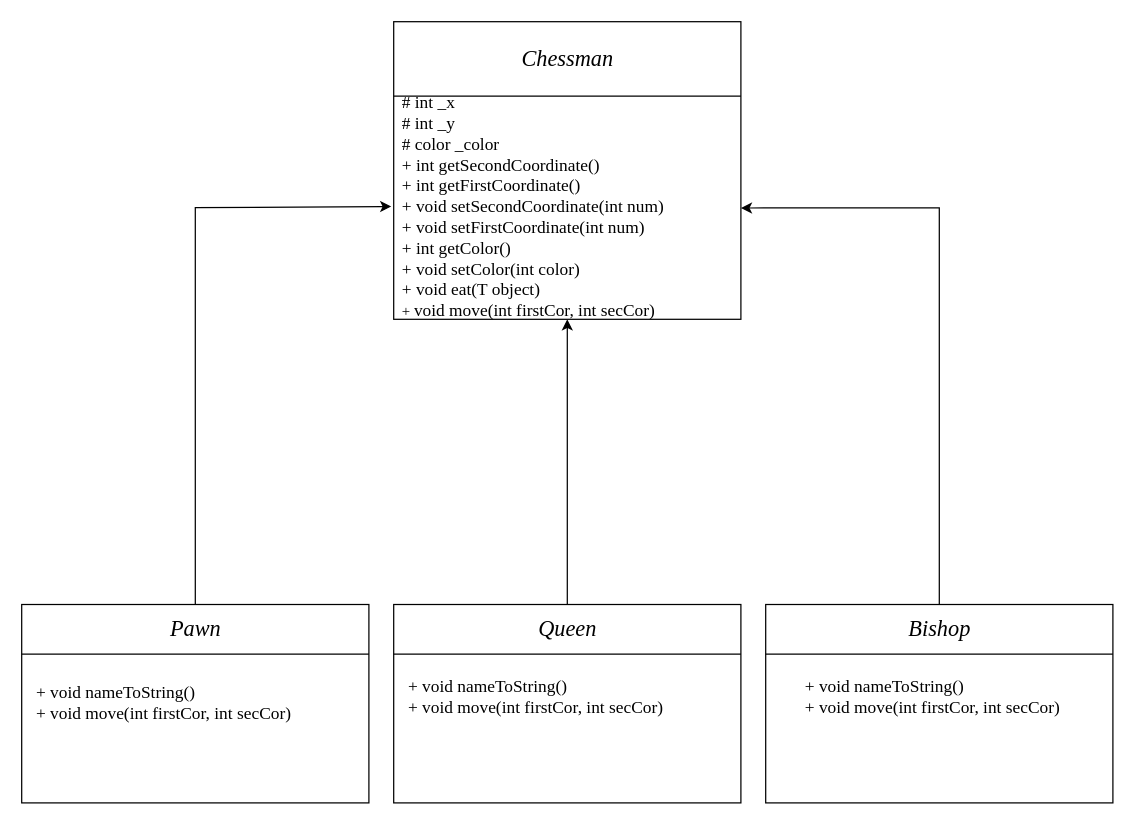
This is v3.drawio from KartoonYoko/Lab4, a draw.io file, before an edit. Source tidied: cells renumbered, new cells numbered last; positions are measured from the earlier drawing's top-left corner, leaving out a move shared by most shapes. Both pictures are drawn from the tidied source at 124%, with x=0, y=0 at pixel (21, 21).
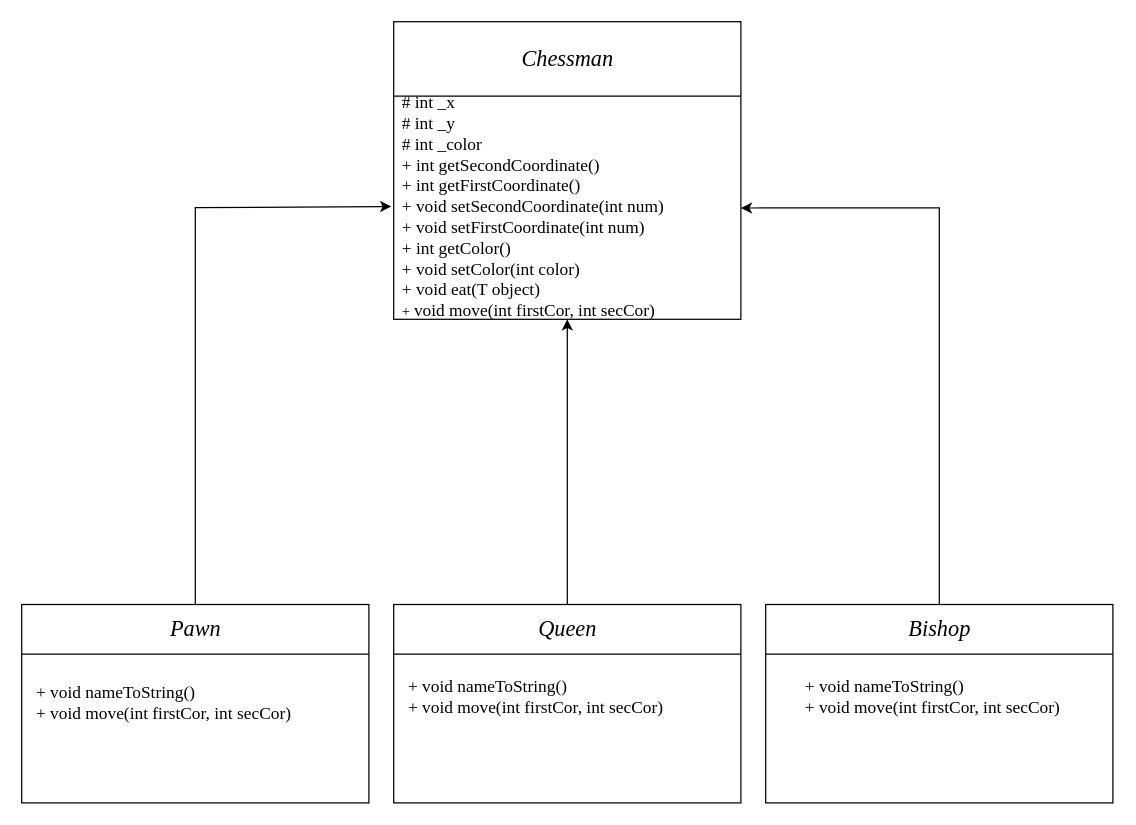
After the change.

What changed in the source:
```diff
@@
-    <mxCell id="17" value="&lt;font style=&quot;font-size: 14px&quot; face=&quot;Times New Roman&quot;&gt;# int _x&lt;br&gt;# int _y&lt;br&gt;# color _color&lt;br&gt;+ int getSecondCoordinate()&lt;br&gt;+ int getFirstCoordinate()&lt;br&gt;+&amp;nbsp;&lt;/font&gt;&lt;span style=&quot;font-family: &amp;#34;times new roman&amp;#34; ; font-size: 14px&quot;&gt;void setSecondCoordinate(int num)&lt;/span&gt;&lt;br style=&quot;font-family: &amp;#34;times new roman&amp;#34; ; font-size: 14px&quot;&gt;&lt;span style=&quot;font-family: &amp;#34;times new roman&amp;#34; ; font-size: 14px&quot;&gt;+ void setFirstCoordinate(&lt;/span&gt;&lt;span style=&quot;font-family: &amp;#34;times new roman&amp;#34; ; font-size: 14px&quot;&gt;int num&lt;/span&gt;&lt;span style=&quot;font-family: &amp;#34;times new roman&amp;#34; ; font-size: 14px&quot;&gt;)&lt;br&gt;&lt;/span&gt;&lt;font face=&quot;Times New Roman&quot;&gt;&lt;font style=&quot;font-size: 14px&quot;&gt;+ int getColor()&lt;br&gt;+ void setColor(int color)&lt;br&gt;&lt;/font&gt;&lt;/font&gt;&lt;span style=&quot;font-family: &amp;#34;times new roman&amp;#34; ; font-size: 14px&quot;&gt;+ void eat(T object)&lt;br&gt;&lt;/span&gt;&lt;font face=&quot;Times New Roman&quot;&gt;+&amp;nbsp;&lt;/font&gt;&lt;span style=&quot;font-family: &amp;#34;times new roman&amp;#34; ; font-size: 14px&quot;&gt;void move(&lt;/span&gt;&lt;span style=&quot;font-family: &amp;#34;times new roman&amp;#34; ; font-size: 14px&quot;&gt;int firstCor, int secCor&lt;/span&gt;&lt;span style=&quot;font-family: &amp;#34;times new roman&amp;#34; ; font-size: 14px&quot;&gt;)&lt;/span&gt;&lt;font face=&quot;Times New Roman&quot;&gt;&lt;br&gt;&lt;/font&gt;" style="text;html=1;align=left;verticalAlign=middle;" parent="1" vertex="1">
+    <mxCell id="17" value="&lt;font style=&quot;font-size: 14px&quot; face=&quot;Times New Roman&quot;&gt;# int _x&lt;br&gt;# int _y&lt;br&gt;# int _color&lt;br&gt;+ int getSecondCoordinate()&lt;br&gt;+ int getFirstCoordinate()&lt;br&gt;+&amp;nbsp;&lt;/font&gt;&lt;span style=&quot;font-family: &amp;#34;times new roman&amp;#34; ; font-size: 14px&quot;&gt;void setSecondCoordinate(int num)&lt;/span&gt;&lt;br style=&quot;font-family: &amp;#34;times new roman&amp;#34; ; font-size: 14px&quot;&gt;&lt;span style=&quot;font-family: &amp;#34;times new roman&amp;#34; ; font-size: 14px&quot;&gt;+ void setFirstCoordinate(&lt;/span&gt;&lt;span style=&quot;font-family: &amp;#34;times new roman&amp;#34; ; font-size: 14px&quot;&gt;int num&lt;/span&gt;&lt;span style=&quot;font-family: &amp;#34;times new roman&amp;#34; ; font-size: 14px&quot;&gt;)&lt;br&gt;&lt;/span&gt;&lt;font face=&quot;Times New Roman&quot;&gt;&lt;font style=&quot;font-size: 14px&quot;&gt;+ int getColor()&lt;br&gt;+ void setColor(int color)&lt;br&gt;&lt;/font&gt;&lt;/font&gt;&lt;span style=&quot;font-family: &amp;#34;times new roman&amp;#34; ; font-size: 14px&quot;&gt;+ void eat(T object)&lt;br&gt;&lt;/span&gt;&lt;font face=&quot;Times New Roman&quot;&gt;+&amp;nbsp;&lt;/font&gt;&lt;span style=&quot;font-family: &amp;#34;times new roman&amp;#34; ; font-size: 14px&quot;&gt;void move(&lt;/span&gt;&lt;span style=&quot;font-family: &amp;#34;times new roman&amp;#34; ; font-size: 14px&quot;&gt;int firstCor, int secCor&lt;/span&gt;&lt;span style=&quot;font-family: &amp;#34;times new roman&amp;#34; ; font-size: 14px&quot;&gt;)&lt;/span&gt;&lt;font face=&quot;Times New Roman&quot;&gt;&lt;br&gt;&lt;/font&gt;" style="text;html=1;align=left;verticalAlign=middle;" parent="1" vertex="1">
       <mxGeometry x="305" y="70" width="230" height="160" as="geometry" />
     </mxCell>
```
